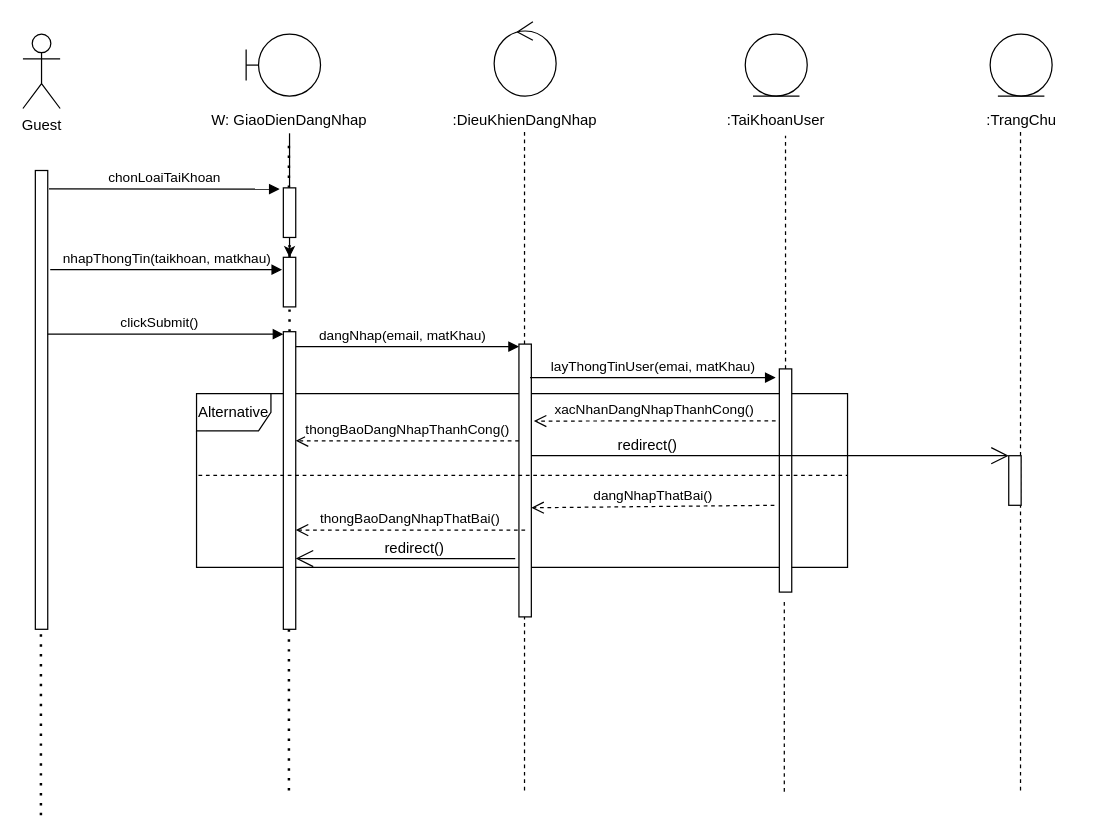
Above: Sequence/loginSequenceDiagram.drawio in hoangminh15/PTTKHT (draw.io), before the change. Source tidied: cells renumbered, new cells numbered last; positions are measured from the earlier drawing's top-left corner, leaving out a move shared by most shapes. Both pictures are drawn from the tidied source at 124%, with x=0, y=0 at pixel (22, 21).
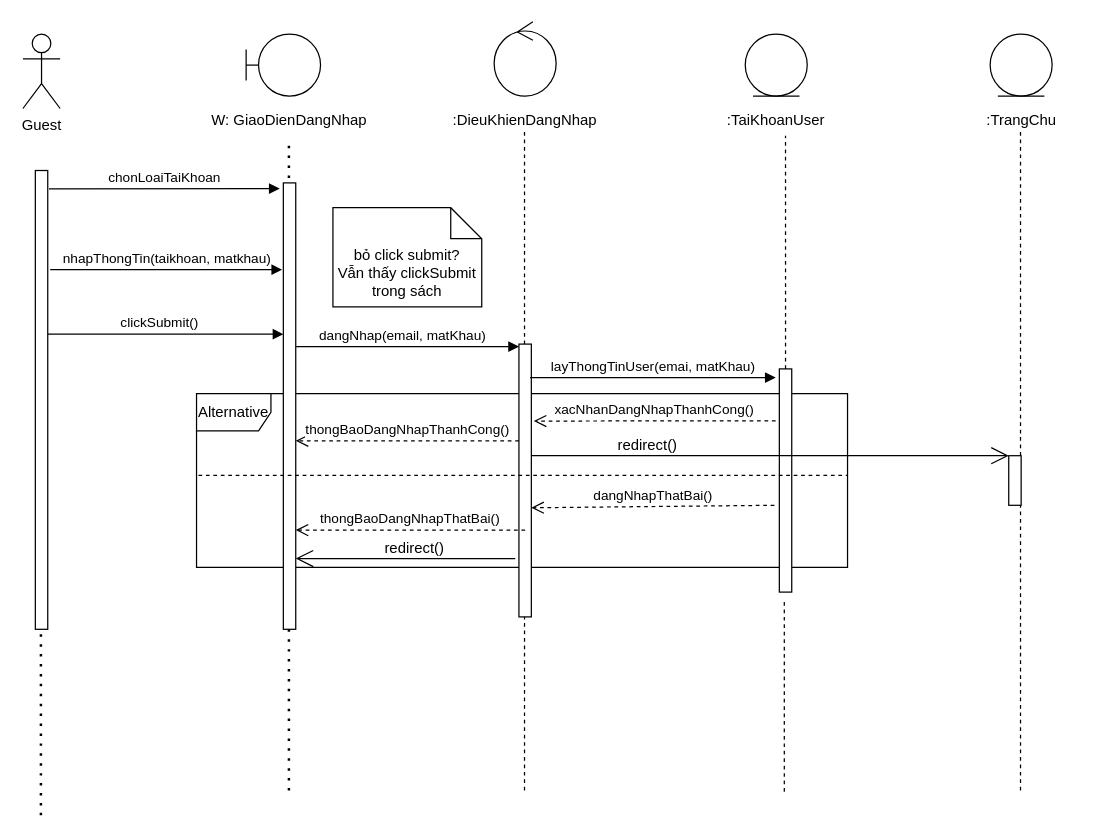
The same diagram, later.

Unchanged cells that the change refers to:
```xml
<mxCell id="10" value="W: GiaoDienDangNhap" style="text;html=1;strokeColor=none;fillColor=none;align=center;verticalAlign=middle;whiteSpace=wrap;rounded=0;" parent="1" vertex="1">
  <mxGeometry x="150" y="70" width="130" height="20" as="geometry" />
</mxCell>
<mxCell id="15" style="html=1;points=[];perimeter=orthogonalPerimeter;" parent="1" vertex="1">
  <mxGeometry x="10" y="120" width="10" height="370" as="geometry" />
</mxCell>
```

Change to the diagram source:
```diff
@@
-    <mxCell id="9" style="edgeStyle=orthogonalEdgeStyle;rounded=0;jettySize=auto;html=1;" parent="1" edge="1" source="10" target="23">
-      <mxGeometry relative="1" as="geometry" />
-    </mxCell>
@@
-    <mxCell id="19" value="chonLoaiTaiKhoan" style="html=1;verticalAlign=bottom;endArrow=block;exitX=1.1;exitY=0.04;exitDx=0;exitDy=0;exitPerimeter=0;entryX=-0.3;entryY=0.025;entryDx=0;entryDy=0;entryPerimeter=0;" parent="1" edge="1" source="15" target="21">
-      <mxGeometry relative="1" as="geometry" />
+    <mxCell id="19" value="chonLoaiTaiKhoan" style="html=1;verticalAlign=bottom;endArrow=block;exitX=1.1;exitY=0.04;exitDx=0;exitDy=0;exitPerimeter=0;entryX=-0.3;entryY=0.025;entryDx=0;entryDy=0;entryPerimeter=0;" parent="1" edge="1" source="15">
+      <mxGeometry relative="1" as="geometry">
+        <mxPoint x="207" y="134.6" as="targetPoint" />
+      </mxGeometry>
     </mxCell>
-    <mxCell id="20" style="endArrow=none;dashed=1;html=1;dashPattern=1 3;strokeWidth=2;" parent="1" edge="1" source="21">
+    <mxCell id="20" style="endArrow=none;dashed=1;html=1;dashPattern=1 3;strokeWidth=2;" parent="1" edge="1">
       <mxGeometry relative="1" as="geometry">
+        <mxPoint x="214.5" y="134" as="sourcePoint" />
         <mxPoint x="214.5" y="100" as="targetPoint" />
       </mxGeometry>
     </mxCell>
-    <mxCell id="21" style="html=1;points=[];perimeter=orthogonalPerimeter;" parent="1" vertex="1">
-      <mxGeometry x="210" y="134" width="10" height="40" as="geometry" />
-    </mxCell>
-    <mxCell id="22" style="endArrow=none;dashed=1;html=1;dashPattern=1 3;strokeWidth=2;" parent="1" edge="1" source="23" target="21">
-      <mxGeometry relative="1" as="geometry" />
-    </mxCell>
-    <mxCell id="23" style="html=1;points=[];perimeter=orthogonalPerimeter;" parent="1" vertex="1">
-      <mxGeometry x="210" y="190" width="10" height="40" as="geometry" />
-    </mxCell>
-    <mxCell id="24" style="endArrow=none;dashed=1;html=1;dashPattern=1 3;strokeWidth=2;" parent="1" edge="1" source="25" target="23">
-      <mxGeometry relative="1" as="geometry" />
+    <mxCell id="24" style="endArrow=none;dashed=1;html=1;dashPattern=1 3;strokeWidth=2;" parent="1" edge="1" source="25">
+      <mxGeometry relative="1" as="geometry">
+        <mxPoint x="215" y="230" as="targetPoint" />
+      </mxGeometry>
     </mxCell>
     <mxCell id="25" style="html=1;points=[];perimeter=orthogonalPerimeter;" parent="1" vertex="1">
-      <mxGeometry x="210" y="250" width="10" height="240" as="geometry" />
+      <mxGeometry x="210" y="130" width="10" height="360" as="geometry" />
     </mxCell>
@@
+    <mxCell id="45" value="bỏ click submit?&lt;br&gt;Vẫn thấy clickSubmit trong sách" style="shape=note2;boundedLbl=1;whiteSpace=wrap;html=1;size=25;verticalAlign=top;align=center;" parent="1" vertex="1">
+      <mxGeometry x="250" y="150" width="120" height="80" as="geometry" />
+    </mxCell>
```
